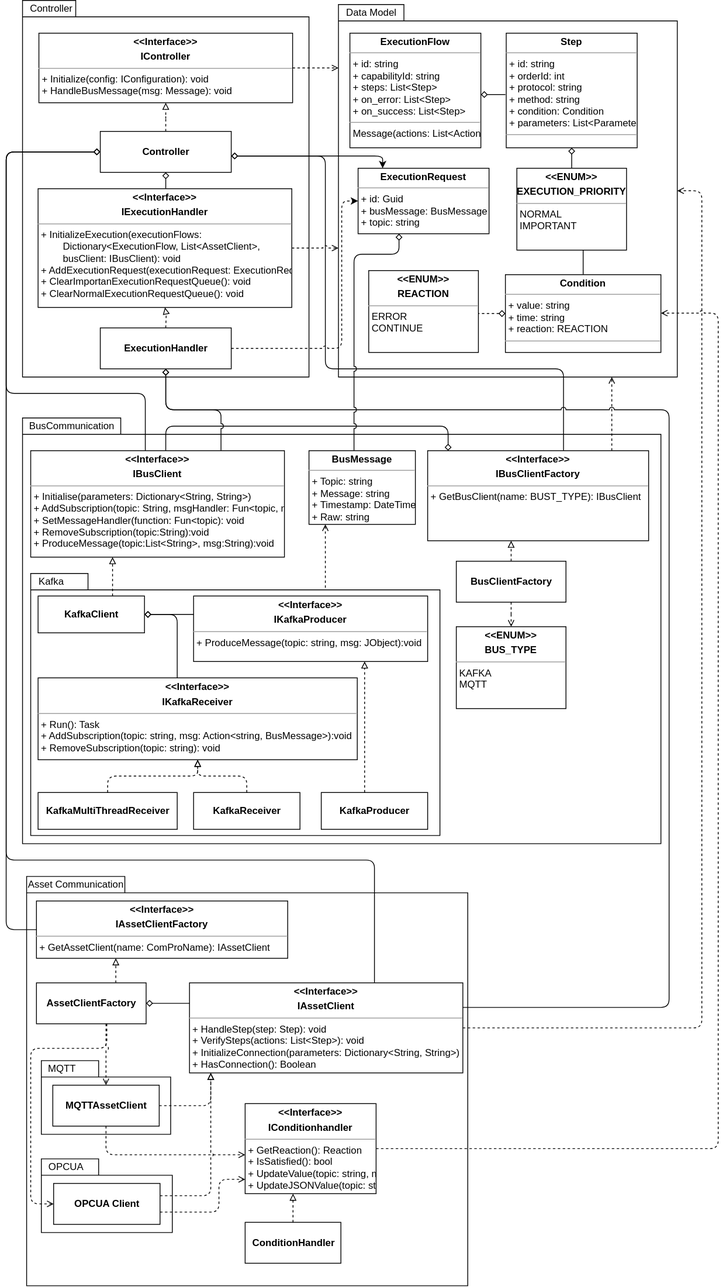
SDU-SW-Engineering/Reconfigurable-I4-Middleware-Software-Architecture keeps this draw.io diagram as docs/Mod_GenericAsset_Full.svg. Above is the earlier version. Source tidied: cells renumbered, new cells last; positions are measured from the earlier drawing's top-left corner, leaving out a move shared by most shapes.
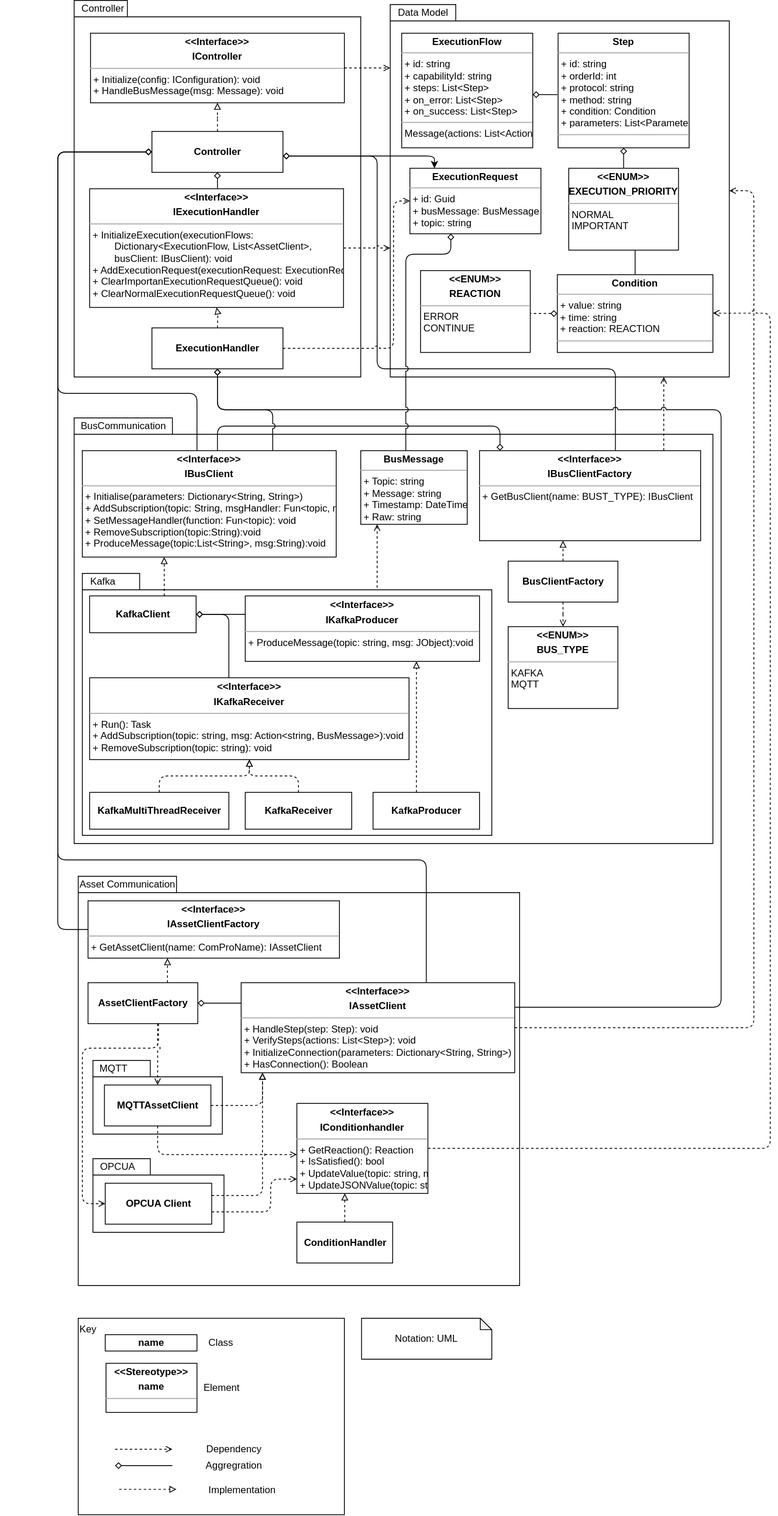
After the change.

Commit message:
updated genericaas full module diagram

Diff of the diagram source:
```diff
@@ -375,7 +375,7 @@
         </Array>
       </mxGeometry>
     </mxCell>
-    <mxCell id="77" style="edgeStyle=orthogonalEdgeStyle;rounded=1;jettySize=auto;html=1;dashed=1;jumpStyle=arc;" parent="1" edge="1" source="78" target="82">
+    <mxCell id="77" style="edgeStyle=orthogonalEdgeStyle;rounded=1;jettySize=auto;html=1;dashed=1;jumpStyle=arc;endArrow=open;endFill=0;" parent="1" edge="1" source="78" target="82">
       <mxGeometry relative="1" as="geometry">
         <Array as="points">
           <mxPoint x="410" y="425" />
@@ -403,5 +403,67 @@
     <mxCell id="82" value="&lt;p style=&quot;margin: 0px ; margin-top: 4px ; text-align: center&quot;&gt;&lt;b&gt;ExecutionRequest&lt;/b&gt;&lt;/p&gt;&lt;hr size=&quot;1&quot;&gt;&lt;p style=&quot;margin: 0px ; margin-left: 4px&quot;&gt;+ id: Guid&lt;br&gt;&lt;/p&gt;&lt;p style=&quot;margin: 0px ; margin-left: 4px&quot;&gt;+ busMessage: BusMessage&lt;/p&gt;&lt;p style=&quot;margin: 0px ; margin-left: 4px&quot;&gt;+ topic: string&lt;/p&gt;&lt;hr size=&quot;1&quot;&gt;&lt;p style=&quot;margin: 0px ; margin-left: 4px&quot;&gt;&lt;br&gt;&lt;/p&gt;" style="verticalAlign=top;align=left;overflow=fill;fontSize=12;fontFamily=Helvetica;html=1;" parent="1" vertex="1">
       <mxGeometry x="430" y="205" width="160" height="80" as="geometry" />
     </mxCell>
+    <mxCell id="83" style="edgeStyle=orthogonalEdgeStyle;rounded=1;jumpStyle=arc;orthogonalLoop=1;jettySize=auto;html=1;exitX=0.5;exitY=0;exitDx=0;exitDy=0;startArrow=none;startFill=0;endArrow=block;endFill=0;strokeColor=none;dashed=1;" parent="1" edge="1">
+      <mxGeometry relative="1" as="geometry">
+        <mxPoint x="-63" y="1367.5" as="sourcePoint" />
+        <mxPoint x="223" y="1260" as="targetPoint" />
+        <Array as="points">
+          <mxPoint x="223" y="1368" />
+        </Array>
+      </mxGeometry>
+    </mxCell>
+    <mxCell id="84" value="Key" style="rounded=0;whiteSpace=wrap;html=1;align=left;verticalAlign=top;" parent="1" vertex="1">
+      <mxGeometry x="25" y="1610" width="325" height="240" as="geometry" />
+    </mxCell>
+    <mxCell id="85" value="Notation: UML" style="shape=note;whiteSpace=wrap;html=1;backgroundOutline=1;darkOpacity=0.05;size=14;" parent="1" vertex="1">
+      <mxGeometry x="371" y="1610" width="159" height="50" as="geometry" />
+    </mxCell>
+    <mxCell id="86" value="&lt;b&gt;name&lt;/b&gt;" style="html=1;" parent="1" vertex="1">
+      <mxGeometry x="58" y="1630" width="112" height="20" as="geometry" />
+    </mxCell>
+    <mxCell id="87" value="Class" style="text;html=1;align=center;verticalAlign=middle;strokeColor=none;fillColor=none;" parent="1" vertex="1">
+      <mxGeometry x="174" y="1630" width="50" height="20" as="geometry" />
+    </mxCell>
+    <mxCell id="88" value="&lt;p style=&quot;margin: 0px ; margin-top: 4px ; text-align: center&quot;&gt;&lt;b&gt;&amp;lt;&amp;lt;Stereotype&amp;gt;&amp;gt;&lt;/b&gt;&lt;/p&gt;&lt;p style=&quot;margin: 0px ; margin-top: 4px ; text-align: center&quot;&gt;&lt;b&gt;name&lt;/b&gt;&lt;br&gt;&lt;/p&gt;&lt;hr size=&quot;1&quot;&gt;&lt;p style=&quot;margin: 0px ; margin-left: 4px&quot;&gt;&lt;br&gt;&lt;/p&gt;" style="verticalAlign=top;align=left;overflow=fill;fontSize=12;fontFamily=Helvetica;html=1;" parent="1" vertex="1">
+      <mxGeometry x="59" y="1665" width="111" height="60" as="geometry" />
+    </mxCell>
+    <mxCell id="89" value="Element" style="text;html=1;align=center;verticalAlign=middle;strokeColor=none;fillColor=none;" parent="1" vertex="1">
+      <mxGeometry x="170" y="1685" width="60" height="20" as="geometry" />
+    </mxCell>
+    <mxCell id="90" style="edgeStyle=orthogonalEdgeStyle;rounded=1;jumpStyle=arc;orthogonalLoop=1;jettySize=auto;html=1;dashed=1;startArrow=none;startFill=0;endArrow=open;endFill=0;" parent="1" edge="1">
+      <mxGeometry relative="1" as="geometry">
+        <mxPoint x="70" y="1770" as="sourcePoint" />
+        <mxPoint x="140" y="1770" as="targetPoint" />
+      </mxGeometry>
+    </mxCell>
+    <mxCell id="91" value="Dependency" style="text;html=1;align=center;verticalAlign=middle;strokeColor=none;fillColor=none;" parent="1" vertex="1">
+      <mxGeometry x="175" y="1760" width="80" height="20" as="geometry" />
+    </mxCell>
+    <mxCell id="92" style="edgeStyle=orthogonalEdgeStyle;rounded=1;jumpStyle=arc;orthogonalLoop=1;jettySize=auto;html=1;startArrow=diamond;startFill=0;endArrow=none;endFill=0;" parent="1" edge="1">
+      <mxGeometry relative="1" as="geometry">
+        <mxPoint x="70" y="1790" as="sourcePoint" />
+        <mxPoint x="140" y="1790" as="targetPoint" />
+        <Array as="points">
+          <mxPoint x="110" y="1790" />
+          <mxPoint x="110" y="1790" />
+        </Array>
+      </mxGeometry>
+    </mxCell>
+    <mxCell id="93" value="Aggregration" style="text;html=1;align=center;verticalAlign=middle;strokeColor=none;fillColor=none;" parent="1" vertex="1">
+      <mxGeometry x="175" y="1780" width="80" height="20" as="geometry" />
+    </mxCell>
+    <mxCell id="94" style="edgeStyle=orthogonalEdgeStyle;rounded=1;orthogonalLoop=1;jettySize=auto;html=1;startArrow=none;startFill=0;endArrow=block;endFill=0;dashed=1;jumpStyle=arc;" parent="1" edge="1">
+      <mxGeometry relative="1" as="geometry">
+        <mxPoint x="75" y="1819" as="sourcePoint" />
+        <mxPoint x="145" y="1819" as="targetPoint" />
+        <Array as="points">
+          <mxPoint x="115" y="1819" />
+          <mxPoint x="115" y="1819" />
+        </Array>
+      </mxGeometry>
+    </mxCell>
+    <mxCell id="95" value="Implementation" style="text;html=1;align=center;verticalAlign=middle;strokeColor=none;fillColor=none;" parent="1" vertex="1">
+      <mxGeometry x="175" y="1810" width="100" height="20" as="geometry" />
+    </mxCell>
   </root>
 </mxGraphModel>
```
